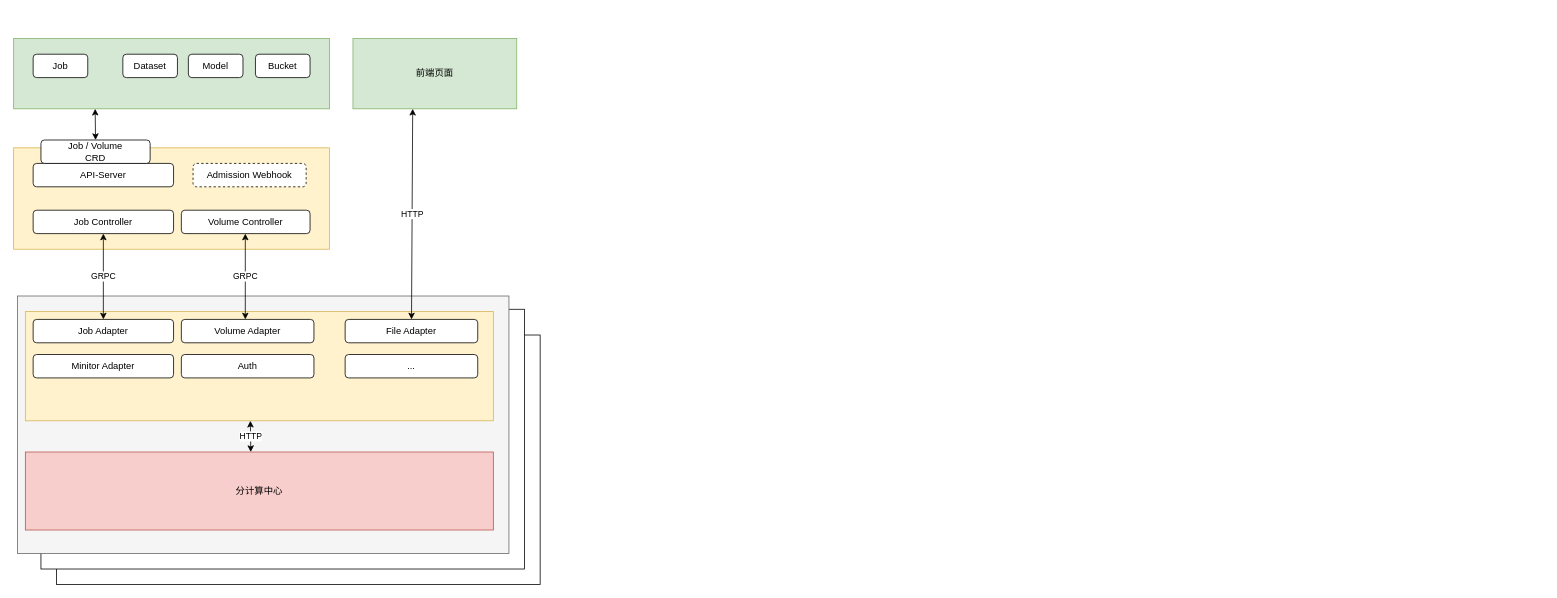
This is 分中心接入.drawio from kingstone95/diagrams, a draw.io file, before an edit. Source tidied: cells renumbered, new cells numbered last; positions are measured from the earlier drawing's top-left corner, leaving out a move shared by most shapes. Both pictures are drawn from the tidied source at 78%, with x=0, y=0 at pixel (13, 38).
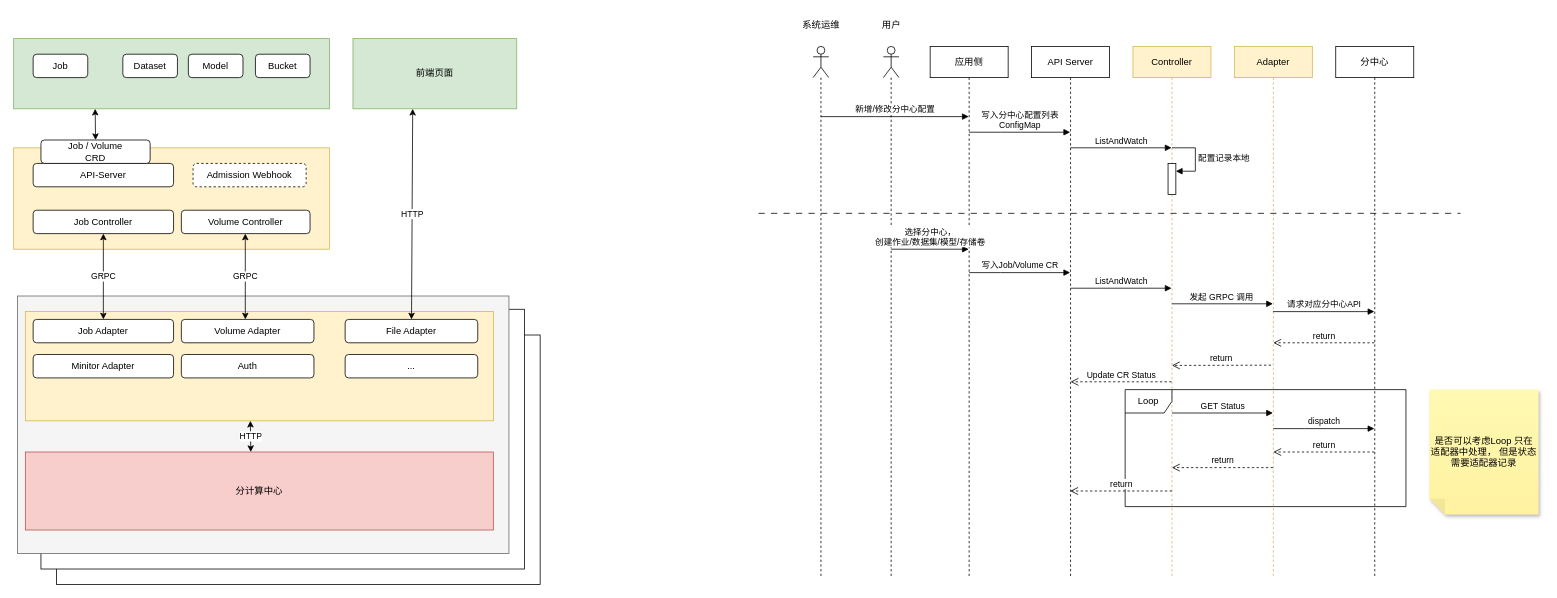
The same diagram, later.

Commit message:
更新分中心接入.drawio

Diff of the diagram source:
```diff
@@
+    <mxCell id="30" value="应用侧" style="shape=umlLifeline;perimeter=lifelinePerimeter;whiteSpace=wrap;html=1;outlineConnect=0;portConstraint=eastwest;newEdgeStyle={&quot;edgeStyle&quot;:&quot;elbowEdgeStyle&quot;,&quot;elbow&quot;:&quot;vertical&quot;,&quot;curved&quot;:0,&quot;rounded&quot;:0};" parent="1" vertex="1">
+      <mxGeometry x="1175" y="10" width="100" height="680" as="geometry" />
+    </mxCell>
+    <mxCell id="31" style="shape=umlLifeline;perimeter=lifelinePerimeter;whiteSpace=wrap;html=1;newEdgeStyle={&quot;edgeStyle&quot;:&quot;elbowEdgeStyle&quot;,&quot;elbow&quot;:&quot;vertical&quot;,&quot;curved&quot;:0,&quot;rounded&quot;:0};participant=umlActor;" parent="1" vertex="1">
+      <mxGeometry x="1025" y="10" width="20" height="680" as="geometry" />
+    </mxCell>
+    <mxCell id="32" value="API Server" style="shape=umlLifeline;perimeter=lifelinePerimeter;whiteSpace=wrap;html=1;outlineConnect=0;portConstraint=eastwest;newEdgeStyle={&quot;edgeStyle&quot;:&quot;elbowEdgeStyle&quot;,&quot;elbow&quot;:&quot;vertical&quot;,&quot;curved&quot;:0,&quot;rounded&quot;:0};" parent="1" vertex="1">
+      <mxGeometry x="1305" y="10" width="100" height="680" as="geometry" />
+    </mxCell>
+    <mxCell id="33" value="Controller" style="shape=umlLifeline;perimeter=lifelinePerimeter;whiteSpace=wrap;html=1;outlineConnect=0;portConstraint=eastwest;newEdgeStyle={&quot;edgeStyle&quot;:&quot;elbowEdgeStyle&quot;,&quot;elbow&quot;:&quot;vertical&quot;,&quot;curved&quot;:0,&quot;rounded&quot;:0};fillColor=#fff2cc;strokeColor=#d6b656;" parent="1" vertex="1">
+      <mxGeometry x="1435" y="10" width="100" height="680" as="geometry" />
+    </mxCell>
+    <mxCell id="34" value="Adapter" style="shape=umlLifeline;perimeter=lifelinePerimeter;whiteSpace=wrap;html=1;outlineConnect=0;portConstraint=eastwest;newEdgeStyle={&quot;edgeStyle&quot;:&quot;elbowEdgeStyle&quot;,&quot;elbow&quot;:&quot;vertical&quot;,&quot;curved&quot;:0,&quot;rounded&quot;:0};fillColor=#fff2cc;strokeColor=#d6b656;" parent="1" vertex="1">
+      <mxGeometry x="1565" y="10" width="100" height="680" as="geometry" />
+    </mxCell>
+    <mxCell id="35" value="分中心" style="shape=umlLifeline;perimeter=lifelinePerimeter;whiteSpace=wrap;html=1;outlineConnect=0;portConstraint=eastwest;newEdgeStyle={&quot;edgeStyle&quot;:&quot;elbowEdgeStyle&quot;,&quot;elbow&quot;:&quot;vertical&quot;,&quot;curved&quot;:0,&quot;rounded&quot;:0};" parent="1" vertex="1">
+      <mxGeometry x="1695" y="10" width="100" height="680" as="geometry" />
+    </mxCell>
+    <mxCell id="36" style="shape=umlLifeline;perimeter=lifelinePerimeter;whiteSpace=wrap;html=1;newEdgeStyle={&quot;edgeStyle&quot;:&quot;elbowEdgeStyle&quot;,&quot;elbow&quot;:&quot;vertical&quot;,&quot;curved&quot;:0,&quot;rounded&quot;:0};participant=umlActor;" parent="1" vertex="1">
+      <mxGeometry x="1115" y="10" width="20" height="680" as="geometry" />
+    </mxCell>
+    <mxCell id="37" value="新增/修改分中心配置" style="html=1;verticalAlign=bottom;endArrow=block;edgeStyle=elbowEdgeStyle;elbow=vertical;curved=0;rounded=0;" parent="1" edge="1" target="30">
+      <mxGeometry relative="1" as="geometry">
+        <mxPoint x="1035" y="100" as="sourcePoint" />
+      </mxGeometry>
+    </mxCell>
+    <mxCell id="38" value="系统运维" style="text;html=1;align=center;verticalAlign=middle;strokeColor=none;fillColor=none;" parent="1" vertex="1">
+      <mxGeometry x="1000" y="-32" width="70" height="30" as="geometry" />
+    </mxCell>
+    <mxCell id="39" value="用户" style="text;html=1;align=center;verticalAlign=middle;strokeColor=none;fillColor=none;" parent="1" vertex="1">
+      <mxGeometry x="1100" y="-32" width="50" height="30" as="geometry" />
+    </mxCell>
+    <mxCell id="40" value="写入分中心配置列表&lt;br&gt;ConfigMap" style="html=1;verticalAlign=bottom;endArrow=block;edgeStyle=elbowEdgeStyle;elbow=vertical;curved=0;rounded=0;" parent="1" edge="1" target="32">
+      <mxGeometry relative="1" as="geometry">
+        <mxPoint x="1225" y="120" as="sourcePoint" />
+      </mxGeometry>
+    </mxCell>
+    <mxCell id="41" value="ListAndWatch" style="html=1;verticalAlign=bottom;endArrow=block;edgeStyle=elbowEdgeStyle;elbow=vertical;curved=0;rounded=0;" parent="1" edge="1" target="33">
+      <mxGeometry relative="1" as="geometry">
+        <mxPoint x="1355" y="140" as="sourcePoint" />
+      </mxGeometry>
+    </mxCell>
+    <mxCell id="42" style="html=1;points=[];perimeter=orthogonalPerimeter;outlineConnect=0;targetShapes=umlLifeline;portConstraint=eastwest;newEdgeStyle={&quot;edgeStyle&quot;:&quot;elbowEdgeStyle&quot;,&quot;elbow&quot;:&quot;vertical&quot;,&quot;curved&quot;:0,&quot;rounded&quot;:0};" parent="1" vertex="1">
+      <mxGeometry x="1480" y="160" width="10" height="40" as="geometry" />
+    </mxCell>
+    <mxCell id="43" value="配置记录本地" style="html=1;align=left;spacingLeft=2;endArrow=block;rounded=0;edgeStyle=orthogonalEdgeStyle;curved=0;rounded=0;" parent="1" edge="1" target="42">
+      <mxGeometry relative="1" as="geometry">
+        <mxPoint x="1485" y="140" as="sourcePoint" />
+        <Array as="points">
+          <mxPoint x="1515" y="170" />
+        </Array>
+      </mxGeometry>
+    </mxCell>
+    <mxCell id="44" style="line;strokeWidth=1;fillColor=none;align=left;verticalAlign=middle;spacingTop=-1;spacingLeft=3;spacingRight=3;labelPosition=right;strokeColor=inherit;dashed=1;dashPattern=8 8;" parent="1" vertex="1">
+      <mxGeometry x="955" y="220" width="900" height="8" as="geometry" />
+    </mxCell>
+    <mxCell id="45" value="选择分中心，&lt;br&gt;创建作业/数据集/模型/存储卷" style="html=1;verticalAlign=bottom;endArrow=block;edgeStyle=elbowEdgeStyle;elbow=vertical;curved=0;rounded=0;" parent="1" edge="1" target="30">
+      <mxGeometry relative="1" as="geometry">
+        <mxPoint x="1125" y="270" as="sourcePoint" />
+      </mxGeometry>
+    </mxCell>
+    <mxCell id="46" value="写入Job/Volume CR" style="html=1;verticalAlign=bottom;endArrow=block;edgeStyle=elbowEdgeStyle;elbow=vertical;curved=0;rounded=0;" parent="1" edge="1" target="32">
+      <mxGeometry relative="1" as="geometry">
+        <mxPoint x="1225" y="300" as="sourcePoint" />
+      </mxGeometry>
+    </mxCell>
+    <mxCell id="47" value="ListAndWatch" style="html=1;verticalAlign=bottom;endArrow=block;edgeStyle=elbowEdgeStyle;elbow=vertical;curved=0;rounded=0;" parent="1" edge="1" target="33">
+      <mxGeometry relative="1" as="geometry">
+        <mxPoint x="1355" y="320" as="sourcePoint" />
+      </mxGeometry>
+    </mxCell>
+    <mxCell id="48" value="发起 GRPC 调用&amp;nbsp;" style="html=1;verticalAlign=bottom;endArrow=block;edgeStyle=elbowEdgeStyle;elbow=vertical;curved=0;rounded=0;" parent="1" edge="1" target="34">
+      <mxGeometry relative="1" as="geometry">
+        <mxPoint x="1485" y="340" as="sourcePoint" />
+      </mxGeometry>
+    </mxCell>
+    <mxCell id="49" value="请求对应分中心API" style="html=1;verticalAlign=bottom;endArrow=block;edgeStyle=elbowEdgeStyle;elbow=vertical;curved=0;rounded=0;" parent="1" edge="1" source="34" target="35">
+      <mxGeometry relative="1" as="geometry" />
+    </mxCell>
+    <mxCell id="50" value="return" style="html=1;verticalAlign=bottom;endArrow=open;dashed=1;endSize=8;edgeStyle=elbowEdgeStyle;elbow=vertical;curved=0;rounded=0;entryX=0.5;entryY=0.559;entryDx=0;entryDy=0;entryPerimeter=0;" parent="1" edge="1" source="35" target="34">
+      <mxGeometry relative="1" as="geometry" />
+    </mxCell>
+    <mxCell id="51" value="return" style="html=1;verticalAlign=bottom;endArrow=open;dashed=1;endSize=8;edgeStyle=elbowEdgeStyle;elbow=vertical;curved=0;rounded=0;exitX=0.47;exitY=0.601;exitDx=0;exitDy=0;exitPerimeter=0;" parent="1" edge="1" source="34">
+      <mxGeometry relative="1" as="geometry">
+        <mxPoint x="1485" y="419.5" as="targetPoint" />
+      </mxGeometry>
+    </mxCell>
+    <mxCell id="52" value="Update CR Status" style="html=1;verticalAlign=bottom;endArrow=open;dashed=1;endSize=8;edgeStyle=elbowEdgeStyle;elbow=vertical;curved=0;rounded=0;" parent="1" edge="1" source="33">
+      <mxGeometry relative="1" as="geometry">
+        <mxPoint x="1355" y="440" as="targetPoint" />
+      </mxGeometry>
+    </mxCell>
+    <mxCell id="53" value="GET Status" style="html=1;verticalAlign=bottom;endArrow=block;edgeStyle=elbowEdgeStyle;elbow=vertical;curved=0;rounded=0;" parent="1" edge="1" target="34">
+      <mxGeometry relative="1" as="geometry">
+        <mxPoint x="1485" y="480" as="sourcePoint" />
+      </mxGeometry>
+    </mxCell>
+    <mxCell id="54" value="Loop" style="shape=umlFrame;whiteSpace=wrap;html=1;" parent="1" vertex="1">
+      <mxGeometry x="1425" y="450" width="360" height="150" as="geometry" />
+    </mxCell>
+    <mxCell id="55" value="dispatch" style="html=1;verticalAlign=bottom;endArrow=block;edgeStyle=elbowEdgeStyle;elbow=vertical;curved=0;rounded=0;" parent="1" edge="1" target="35">
+      <mxGeometry relative="1" as="geometry">
+        <mxPoint x="1615" y="500" as="sourcePoint" />
+      </mxGeometry>
+    </mxCell>
+    <mxCell id="56" value="return" style="html=1;verticalAlign=bottom;endArrow=open;dashed=1;endSize=8;edgeStyle=elbowEdgeStyle;elbow=vertical;curved=0;rounded=0;" parent="1" edge="1" source="35">
+      <mxGeometry relative="1" as="geometry">
+        <mxPoint x="1615" y="530" as="targetPoint" />
+      </mxGeometry>
+    </mxCell>
+    <mxCell id="57" value="return" style="html=1;verticalAlign=bottom;endArrow=open;dashed=1;endSize=8;edgeStyle=elbowEdgeStyle;elbow=vertical;curved=0;rounded=0;" parent="1" edge="1" source="34">
+      <mxGeometry relative="1" as="geometry">
+        <mxPoint x="1485" y="550" as="targetPoint" />
+      </mxGeometry>
+    </mxCell>
+    <mxCell id="58" value="是否可以考虑Loop 只在 适配器中处理， 但是状态需要适配器记录" style="shape=note;whiteSpace=wrap;html=1;backgroundOutline=1;fontColor=#000000;darkOpacity=0.05;fillColor=#FFF9B2;strokeColor=none;fillStyle=solid;direction=west;gradientDirection=north;gradientColor=#FFF2A1;shadow=1;size=20;" parent="1" vertex="1">
+      <mxGeometry x="1815" y="450" width="140" height="160" as="geometry" />
+    </mxCell>
+    <mxCell id="59" value="return" style="html=1;verticalAlign=bottom;endArrow=open;dashed=1;endSize=8;edgeStyle=elbowEdgeStyle;elbow=vertical;curved=0;rounded=0;" parent="1" edge="1" target="32">
+      <mxGeometry relative="1" as="geometry">
+        <mxPoint x="1485" y="580" as="sourcePoint" />
+      </mxGeometry>
+    </mxCell>
```
